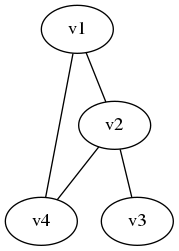
Before: graph.png, a diagram exported from Graphviz (CaptBlackTea/Beaconite). Its source is kept beside it as graph.dot.
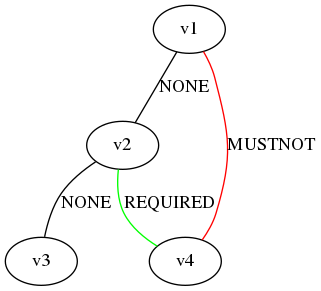
After the commit.

Commit message:
Graph has now custom labled edges and in the DOT output the graph edges have lables and colors

Diff of the diagram source:
```diff
@@ -1,5 +1,5 @@
-graph {v1 -- v2
-v1 -- v4
-v2 -- v4
-v2 -- v3
+graph {v1 -- v2 [label=NONE color=black];
+v1 -- v4 [label=MUSTNOT color=red];
+v2 -- v4 [label=REQUIRED color=green];
+v2 -- v3 [label=NONE color=black];
 }
```
